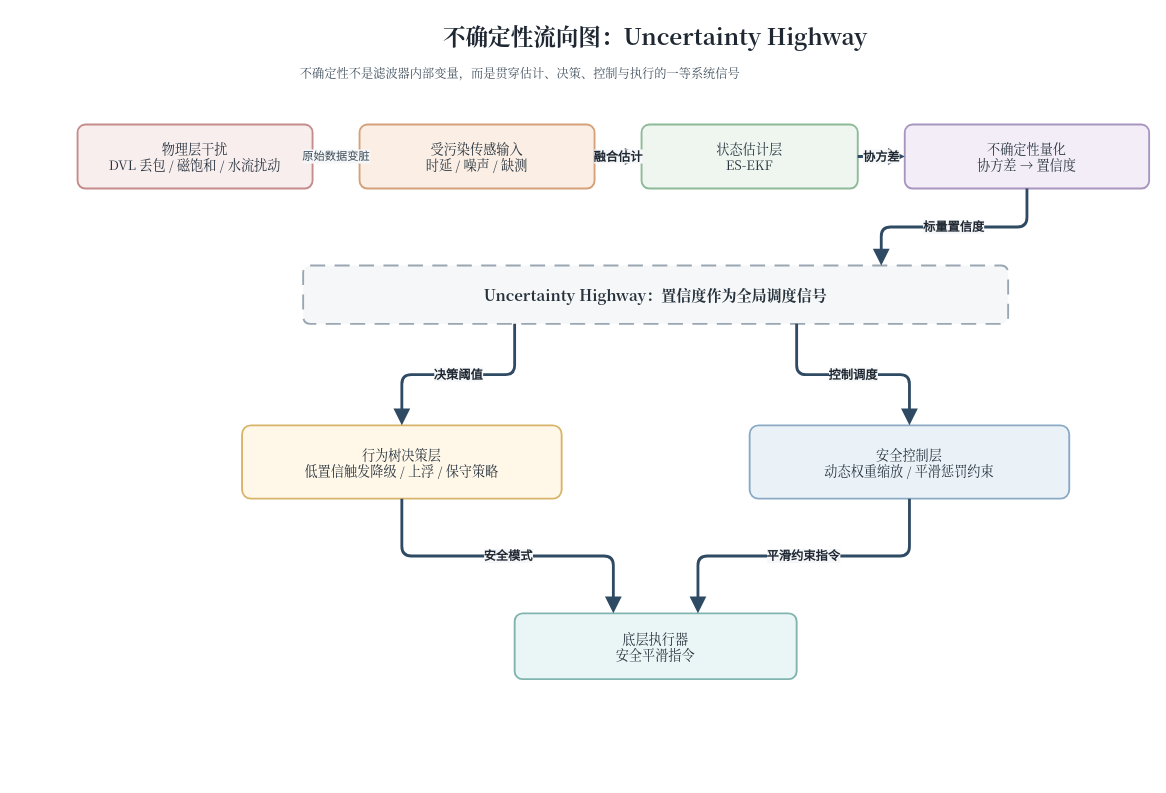
Above: docs/thesis/figures/architecture/auv_v2_uncertainty_highway.drawio in 360ZMEM/AUV-Master-Project (draw.io), before the change. Source tidied: cells renumbered, new cells numbered last; positions are measured from the earlier drawing's top-left corner, leaving out a move shared by most shapes. Both pictures are drawn from the tidied source at 94%, with x=0, y=0 at pixel (77, 16).
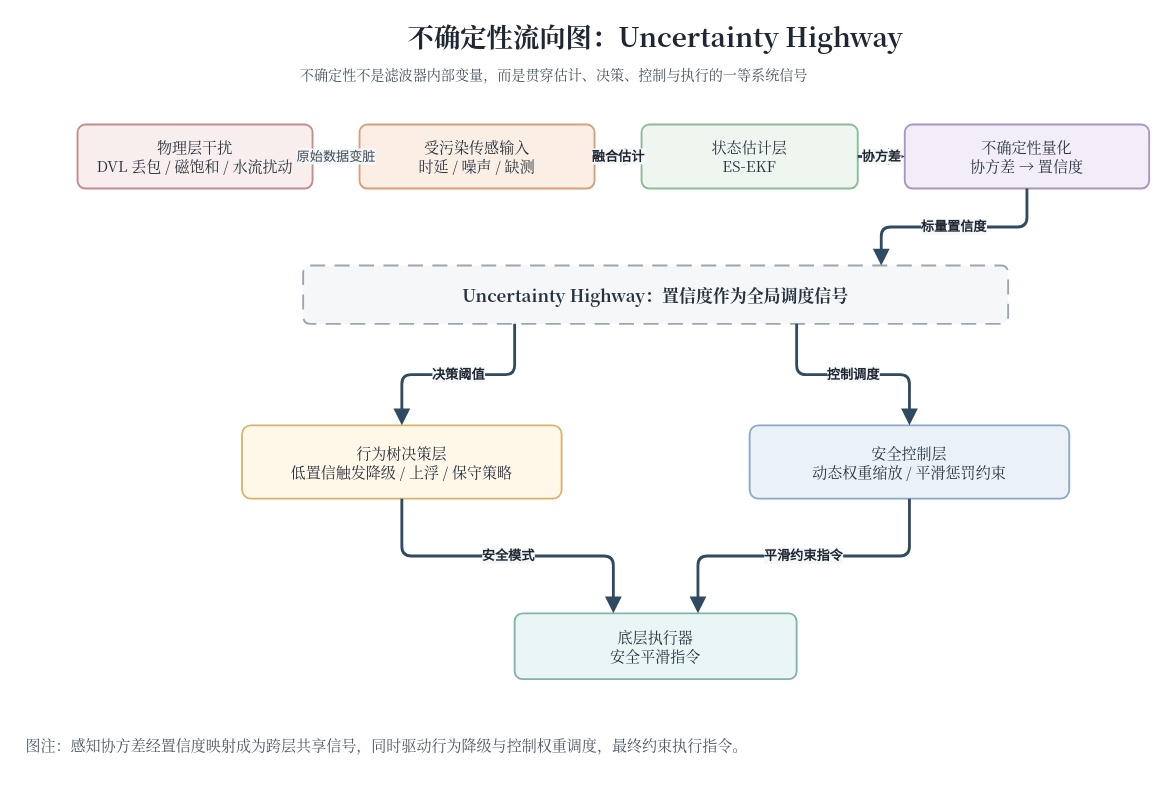
The same diagram, later.

Change to the diagram source:
```diff
@@
-    <mxCell id="2" value="不确定性流向图：Uncertainty Highway" style="text;html=1;strokeColor=none;fillColor=none;align=center;verticalAlign=middle;whiteSpace=wrap;rounded=0;fontFamily=Noto Serif CJK SC,Times New Roman;fontSize=24;fontStyle=1;fontColor=#1E2732;" parent="1" vertex="1">
+    <mxCell id="2" value="不确定性流向图：Uncertainty Highway" style="text;html=1;strokeColor=none;fillColor=none;align=center;verticalAlign=middle;whiteSpace=wrap;rounded=0;fontFamily=Noto Serif CJK SC,Times New Roman;fontSize=28;fontStyle=1;fontColor=#1E2732;" parent="1" vertex="1">
       <mxGeometry x="215" width="800" height="42" as="geometry" />
     </mxCell>
-    <mxCell id="3" value="不确定性不是滤波器内部变量，而是贯穿估计、决策、控制与执行的一等系统信号" style="text;html=1;strokeColor=none;fillColor=none;align=left;verticalAlign=top;whiteSpace=wrap;rounded=0;fontFamily=Noto Serif CJK SC,Times New Roman;fontSize=13;fontColor=#43525F;" parent="1" vertex="1">
+    <mxCell id="3" value="不确定性不是滤波器内部变量，而是贯穿估计、决策、控制与执行的一等系统信号" style="text;html=1;strokeColor=none;fillColor=none;align=left;verticalAlign=top;whiteSpace=wrap;rounded=0;fontFamily=Noto Serif CJK SC,Times New Roman;fontSize=15;fontColor=#43525F;" parent="1" vertex="1">
       <mxGeometry x="235" y="46" width="760" height="34" as="geometry" />
     </mxCell>
-    <mxCell id="4" value="物理层干扰&#10;DVL 丢包 / 磁饱和 / 水流扰动" style="rounded=1;whiteSpace=wrap;html=1;arcSize=12;fillColor=#F8EEEE;strokeColor=#C68C8C;strokeWidth=2;spacing=8;shadow=0;fontFamily=Noto Serif CJK SC,Times New Roman;fontSize=14;fontColor=#26323D;" parent="1" vertex="1">
+    <mxCell id="4" value="物理层干扰&#10;DVL 丢包 / 磁饱和 / 水流扰动" style="rounded=1;whiteSpace=wrap;html=1;arcSize=12;fillColor=#F8EEEE;strokeColor=#C68C8C;strokeWidth=2;spacing=8;shadow=0;fontFamily=Noto Serif CJK SC,Times New Roman;fontSize=16;fontColor=#26323D;" parent="1" vertex="1">
       <mxGeometry y="115" width="250" height="68" as="geometry" />
     </mxCell>
-    <mxCell id="5" value="受污染传感输入&#10;时延 / 噪声 / 缺测" style="rounded=1;whiteSpace=wrap;html=1;arcSize=12;fillColor=#FBEFE5;strokeColor=#D4A17B;strokeWidth=2;spacing=8;shadow=0;fontFamily=Noto Serif CJK SC,Times New Roman;fontSize=14;fontColor=#26323D;" parent="1" vertex="1">
+    <mxCell id="5" value="受污染传感输入&#10;时延 / 噪声 / 缺测" style="rounded=1;whiteSpace=wrap;html=1;arcSize=12;fillColor=#FBEFE5;strokeColor=#D4A17B;strokeWidth=2;spacing=8;shadow=0;fontFamily=Noto Serif CJK SC,Times New Roman;fontSize=16;fontColor=#26323D;" parent="1" vertex="1">
       <mxGeometry x="300" y="115" width="250" height="68" as="geometry" />
     </mxCell>
-    <mxCell id="6" value="状态估计层&#10;ES-EKF" style="rounded=1;whiteSpace=wrap;html=1;arcSize=12;fillColor=#EEF6EF;strokeColor=#8DBA98;strokeWidth=2;spacing=8;shadow=0;fontFamily=Noto Serif CJK SC,Times New Roman;fontSize=14;fontColor=#26323D;" parent="1" vertex="1">
+    <mxCell id="6" value="状态估计层&#10;ES-EKF" style="rounded=1;whiteSpace=wrap;html=1;arcSize=12;fillColor=#EEF6EF;strokeColor=#8DBA98;strokeWidth=2;spacing=8;shadow=0;fontFamily=Noto Serif CJK SC,Times New Roman;fontSize=16;fontColor=#26323D;" parent="1" vertex="1">
       <mxGeometry x="600" y="115" width="230" height="68" as="geometry" />
     </mxCell>
-    <mxCell id="7" value="不确定性量化&#10;协方差 → 置信度" style="rounded=1;whiteSpace=wrap;html=1;arcSize=12;fillColor=#F2EDF7;strokeColor=#A996C0;strokeWidth=2;spacing=8;shadow=0;fontFamily=Noto Serif CJK SC,Times New Roman;fontSize=14;fontColor=#26323D;" parent="1" vertex="1">
+    <mxCell id="7" value="不确定性量化&#10;协方差 → 置信度" style="rounded=1;whiteSpace=wrap;html=1;arcSize=12;fillColor=#F2EDF7;strokeColor=#A996C0;strokeWidth=2;spacing=8;shadow=0;fontFamily=Noto Serif CJK SC,Times New Roman;fontSize=16;fontColor=#26323D;" parent="1" vertex="1">
       <mxGeometry x="880" y="115" width="260" height="68" as="geometry" />
     </mxCell>
-    <mxCell id="8" value="Uncertainty Highway：置信度作为全局调度信号" style="rounded=1;whiteSpace=wrap;html=1;arcSize=12;fillColor=#F6F7F8;strokeColor=#9AA7B2;strokeWidth=2;spacing=8;shadow=0;fontFamily=Noto Serif CJK SC,Times New Roman;fontSize=14;fontColor=#26323D;dashed=1;dashPattern=8 5;fontStyle=1;fontSize=16;" parent="1" vertex="1">
+    <mxCell id="8" value="Uncertainty Highway：置信度作为全局调度信号" style="rounded=1;whiteSpace=wrap;html=1;arcSize=12;fillColor=#F6F7F8;strokeColor=#9AA7B2;strokeWidth=2;spacing=8;shadow=0;fontFamily=Noto Serif CJK SC,Times New Roman;fontSize=16;fontColor=#26323D;dashed=1;dashPattern=8 5;fontStyle=1;fontSize=18;" parent="1" vertex="1">
       <mxGeometry x="240" y="265" width="750" height="62" as="geometry" />
     </mxCell>
-    <mxCell id="9" value="行为树决策层&#10;低置信触发降级 / 上浮 / 保守策略" style="rounded=1;whiteSpace=wrap;html=1;arcSize=12;fillColor=#FFF7E8;strokeColor=#D8B46A;strokeWidth=2;spacing=8;shadow=0;fontFamily=Noto Serif CJK SC,Times New Roman;fontSize=14;fontColor=#26323D;" parent="1" vertex="1">
+    <mxCell id="9" value="行为树决策层&#10;低置信触发降级 / 上浮 / 保守策略" style="rounded=1;whiteSpace=wrap;html=1;arcSize=12;fillColor=#FFF7E8;strokeColor=#D8B46A;strokeWidth=2;spacing=8;shadow=0;fontFamily=Noto Serif CJK SC,Times New Roman;fontSize=16;fontColor=#26323D;" parent="1" vertex="1">
       <mxGeometry x="175" y="435" width="340" height="78" as="geometry" />
     </mxCell>
-    <mxCell id="10" value="安全控制层&#10;动态权重缩放 / 平滑惩罚约束" style="rounded=1;whiteSpace=wrap;html=1;arcSize=12;fillColor=#EAF2F8;strokeColor=#8AA9C4;strokeWidth=2;spacing=8;shadow=0;fontFamily=Noto Serif CJK SC,Times New Roman;fontSize=14;fontColor=#26323D;" parent="1" vertex="1">
+    <mxCell id="10" value="安全控制层&#10;动态权重缩放 / 平滑惩罚约束" style="rounded=1;whiteSpace=wrap;html=1;arcSize=12;fillColor=#EAF2F8;strokeColor=#8AA9C4;strokeWidth=2;spacing=8;shadow=0;fontFamily=Noto Serif CJK SC,Times New Roman;fontSize=16;fontColor=#26323D;" parent="1" vertex="1">
       <mxGeometry x="715" y="435" width="340" height="78" as="geometry" />
     </mxCell>
-    <mxCell id="11" value="底层执行器&#10;安全平滑指令" style="rounded=1;whiteSpace=wrap;html=1;arcSize=12;fillColor=#EAF6F5;strokeColor=#80B4AF;strokeWidth=2;spacing=8;shadow=0;fontFamily=Noto Serif CJK SC,Times New Roman;fontSize=14;fontColor=#26323D;" parent="1" vertex="1">
+    <mxCell id="11" value="底层执行器&#10;安全平滑指令" style="rounded=1;whiteSpace=wrap;html=1;arcSize=12;fillColor=#EAF6F5;strokeColor=#80B4AF;strokeWidth=2;spacing=8;shadow=0;fontFamily=Noto Serif CJK SC,Times New Roman;fontSize=16;fontColor=#26323D;" parent="1" vertex="1">
       <mxGeometry x="465" y="635" width="300" height="70" as="geometry" />
     </mxCell>
-    <mxCell id="12" value="原始数据变脏" style="edgeStyle=orthogonalEdgeStyle;rounded=1;jettySize=auto;html=1;strokeColor=#5F7690;fontColor=#3B4A57;fontSize=12;strokeWidth=2;labelBackgroundColor=#F6F7F8;labelBorderColor=none;endArrow=block;endFill=1;endSize=8;exitX=1;entryX=0;" parent="1" edge="1" source="4" target="5">
+    <mxCell id="12" value="原始数据变脏" style="edgeStyle=orthogonalEdgeStyle;rounded=1;jettySize=auto;html=1;strokeColor=#5F7690;fontColor=#3B4A57;fontSize=14;strokeWidth=2;labelBackgroundColor=#F6F7F8;labelBorderColor=none;endArrow=block;endFill=1;endSize=8;exitX=1;entryX=0;" parent="1" edge="1" source="4" target="5">
       <mxGeometry relative="1" as="geometry" />
     </mxCell>
-    <mxCell id="13" value="融合估计" style="edgeStyle=orthogonalEdgeStyle;rounded=1;jettySize=auto;html=1;strokeColor=#2F4A63;fontColor=#1E2732;fontSize=13;fontStyle=1;strokeWidth=3;labelBackgroundColor=#F6F7F8;labelBorderColor=none;endArrow=block;endFill=1;endSize=10;exitX=1;entryX=0;" parent="1" edge="1" source="5" target="6">
+    <mxCell id="13" value="融合估计" style="edgeStyle=orthogonalEdgeStyle;rounded=1;jettySize=auto;html=1;strokeColor=#2F4A63;fontColor=#1E2732;fontSize=14;fontStyle=1;strokeWidth=3;labelBackgroundColor=#F6F7F8;labelBorderColor=none;endArrow=block;endFill=1;endSize=10;exitX=1;entryX=0;" parent="1" edge="1" source="5" target="6">
       <mxGeometry relative="1" as="geometry" />
     </mxCell>
-    <mxCell id="14" value="协方差" style="edgeStyle=orthogonalEdgeStyle;rounded=1;jettySize=auto;html=1;strokeColor=#2F4A63;fontColor=#1E2732;fontSize=13;fontStyle=1;strokeWidth=3;labelBackgroundColor=#F6F7F8;labelBorderColor=none;endArrow=block;endFill=1;endSize=10;exitX=1;entryX=0;" parent="1" edge="1" source="6" target="7">
+    <mxCell id="14" value="协方差" style="edgeStyle=orthogonalEdgeStyle;rounded=1;jettySize=auto;html=1;strokeColor=#2F4A63;fontColor=#1E2732;fontSize=14;fontStyle=1;strokeWidth=3;labelBackgroundColor=#F6F7F8;labelBorderColor=none;endArrow=block;endFill=1;endSize=10;exitX=1;entryX=0;" parent="1" edge="1" source="6" target="7">
       <mxGeometry relative="1" as="geometry" />
     </mxCell>
-    <mxCell id="15" value="标量置信度" style="edgeStyle=orthogonalEdgeStyle;rounded=1;jettySize=auto;html=1;strokeColor=#2F4A63;fontColor=#1E2732;fontSize=13;fontStyle=1;strokeWidth=3;labelBackgroundColor=#F6F7F8;labelBorderColor=none;endArrow=block;endFill=1;endSize=10;exitX=0.5;exitY=1;entryX=0.82;entryY=0;" parent="1" edge="1" source="7" target="8">
+    <mxCell id="15" value="标量置信度" style="edgeStyle=orthogonalEdgeStyle;rounded=1;jettySize=auto;html=1;strokeColor=#2F4A63;fontColor=#1E2732;fontSize=14;fontStyle=1;strokeWidth=3;labelBackgroundColor=#F6F7F8;labelBorderColor=none;endArrow=block;endFill=1;endSize=10;exitX=0.5;exitY=1;entryX=0.82;entryY=0;" parent="1" edge="1" source="7" target="8">
       <mxGeometry relative="1" as="geometry" />
     </mxCell>
-    <mxCell id="16" value="决策阈值" style="edgeStyle=orthogonalEdgeStyle;rounded=1;jettySize=auto;html=1;strokeColor=#2F4A63;fontColor=#1E2732;fontSize=13;fontStyle=1;strokeWidth=3;labelBackgroundColor=#F6F7F8;labelBorderColor=none;endArrow=block;endFill=1;endSize=10;exitX=0.3;exitY=1;entryX=0.5;entryY=0;" parent="1" edge="1" source="8" target="9">
+    <mxCell id="16" value="决策阈值" style="edgeStyle=orthogonalEdgeStyle;rounded=1;jettySize=auto;html=1;strokeColor=#2F4A63;fontColor=#1E2732;fontSize=14;fontStyle=1;strokeWidth=3;labelBackgroundColor=#F6F7F8;labelBorderColor=none;endArrow=block;endFill=1;endSize=10;exitX=0.3;exitY=1;entryX=0.5;entryY=0;" parent="1" edge="1" source="8" target="9">
       <mxGeometry relative="1" as="geometry" />
     </mxCell>
-    <mxCell id="17" value="控制调度" style="edgeStyle=orthogonalEdgeStyle;rounded=1;jettySize=auto;html=1;strokeColor=#2F4A63;fontColor=#1E2732;fontSize=13;fontStyle=1;strokeWidth=3;labelBackgroundColor=#F6F7F8;labelBorderColor=none;endArrow=block;endFill=1;endSize=10;exitX=0.7;exitY=1;entryX=0.5;entryY=0;" parent="1" edge="1" source="8" target="10">
+    <mxCell id="17" value="控制调度" style="edgeStyle=orthogonalEdgeStyle;rounded=1;jettySize=auto;html=1;strokeColor=#2F4A63;fontColor=#1E2732;fontSize=14;fontStyle=1;strokeWidth=3;labelBackgroundColor=#F6F7F8;labelBorderColor=none;endArrow=block;endFill=1;endSize=10;exitX=0.7;exitY=1;entryX=0.5;entryY=0;" parent="1" edge="1" source="8" target="10">
       <mxGeometry relative="1" as="geometry" />
     </mxCell>
-    <mxCell id="18" value="安全模式" style="edgeStyle=orthogonalEdgeStyle;rounded=1;jettySize=auto;html=1;strokeColor=#2F4A63;fontColor=#1E2732;fontSize=13;fontStyle=1;strokeWidth=3;labelBackgroundColor=#F6F7F8;labelBorderColor=none;endArrow=block;endFill=1;endSize=10;exitX=0.5;exitY=1;entryX=0.35;entryY=0;" parent="1" edge="1" source="9" target="11">
+    <mxCell id="18" value="安全模式" style="edgeStyle=orthogonalEdgeStyle;rounded=1;jettySize=auto;html=1;strokeColor=#2F4A63;fontColor=#1E2732;fontSize=14;fontStyle=1;strokeWidth=3;labelBackgroundColor=#F6F7F8;labelBorderColor=none;endArrow=block;endFill=1;endSize=10;exitX=0.5;exitY=1;entryX=0.35;entryY=0;" parent="1" edge="1" source="9" target="11">
       <mxGeometry relative="1" as="geometry" />
     </mxCell>
-    <mxCell id="19" value="平滑约束指令" style="edgeStyle=orthogonalEdgeStyle;rounded=1;jettySize=auto;html=1;strokeColor=#2F4A63;fontColor=#1E2732;fontSize=13;fontStyle=1;strokeWidth=3;labelBackgroundColor=#F6F7F8;labelBorderColor=none;endArrow=block;endFill=1;endSize=10;exitX=0.5;exitY=1;entryX=0.65;entryY=0;" parent="1" edge="1" source="10" target="11">
+    <mxCell id="19" value="平滑约束指令" style="edgeStyle=orthogonalEdgeStyle;rounded=1;jettySize=auto;html=1;strokeColor=#2F4A63;fontColor=#1E2732;fontSize=14;fontStyle=1;strokeWidth=3;labelBackgroundColor=#F6F7F8;labelBorderColor=none;endArrow=block;endFill=1;endSize=10;exitX=0.5;exitY=1;entryX=0.65;entryY=0;" parent="1" edge="1" source="10" target="11">
       <mxGeometry relative="1" as="geometry" />
     </mxCell>
+    <mxCell id="20" value="图注：感知协方差经置信度映射成为跨层共享信号，同时驱动行为降级与控制权重调度，最终约束执行指令。" style="text;html=1;align=left;verticalAlign=middle;whiteSpace=wrap;fontFamily=Noto Serif CJK SC;fontSize=16;fontColor=#4B5563;spacingLeft=8;spacingRight=8;" parent="1" vertex="1">
+      <mxGeometry x="-65" y="740" width="1190" height="70" as="geometry" />
+    </mxCell>
```
